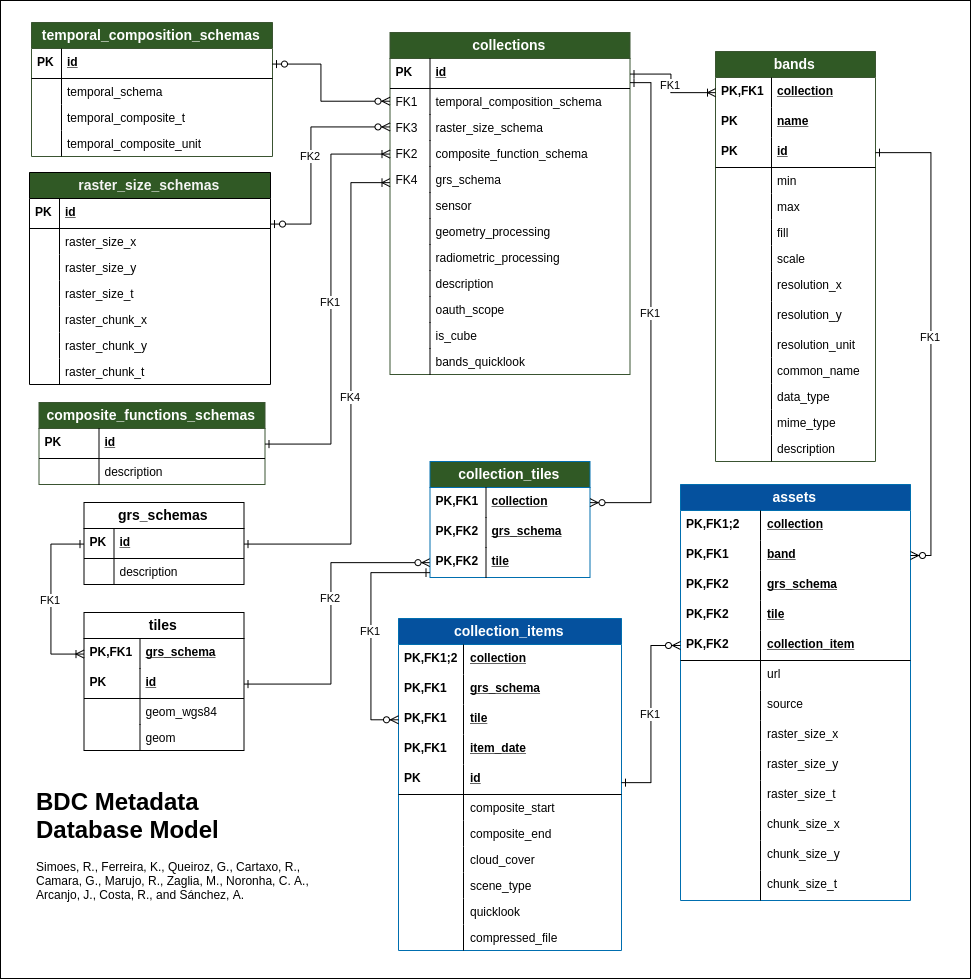
brazil-data-cube/bdc-catalog keeps this draw.io diagram as doc/model/model_v0.1.0.png. Above is the earlier version. Source tidied: cells renumbered, new cells last; positions are measured from the earlier drawing's top-left corner, leaving out a move shared by most shapes.
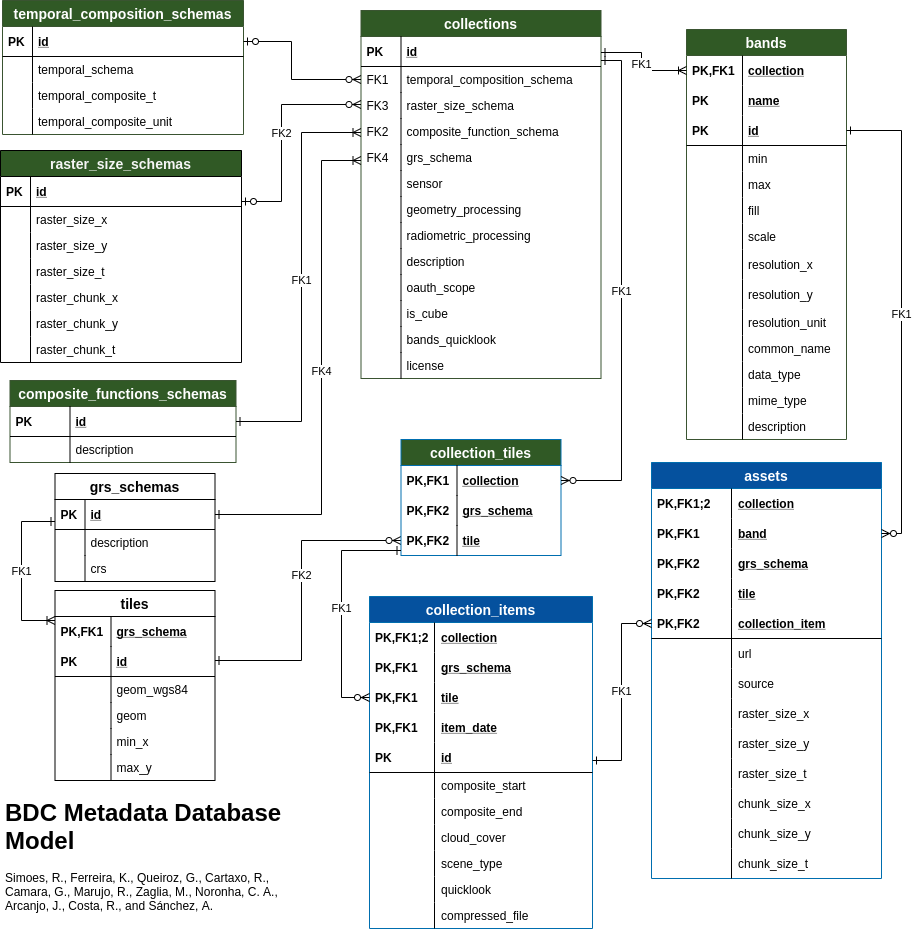
The same diagram one commit later.

Commit message:
update model schema - docs

Change to the diagram source:
```diff
@@ -2,11 +2,8 @@
   <root>
     <mxCell id="0" />
     <mxCell id="1" parent="0" />
-    <mxCell id="2" style="rounded=0;whiteSpace=wrap;html=1;" parent="1" vertex="1">
-      <mxGeometry width="970" height="978" as="geometry" />
-    </mxCell>
     <mxCell id="3" value="collections" style="swimlane;fontStyle=1;horizontal=1;startSize=26;swimlaneFillColor=#ffffff;align=center;fontSize=14;fillColor=#305925;strokeColor=#3A5431;fontColor=#ffffff;" parent="1" vertex="1">
-      <mxGeometry x="389.5" y="32" width="240" height="342" as="geometry" />
+      <mxGeometry x="389.5" y="32" width="240" height="368" as="geometry" />
     </mxCell>
     <mxCell id="4" value="id" style="shape=partialRectangle;top=0;left=0;right=0;bottom=1;align=left;verticalAlign=middle;fillColor=none;spacingLeft=44;spacingRight=4;overflow=hidden;points=[[0,0.5],[1,0.5]];portConstraint=eastwest;fontStyle=5;fontSize=12;" parent="3" vertex="1">
       <mxGeometry y="26" width="240" height="30" as="geometry" />
@@ -80,6 +77,12 @@
     <mxCell id="27" style="shape=partialRectangle;top=0;left=0;bottom=0;fillColor=none;align=left;verticalAlign=top;spacingLeft=4;spacingRight=4;overflow=hidden;fontSize=12;" parent="26" vertex="1">
       <mxGeometry width="40" height="26" as="geometry" />
     </mxCell>
+    <mxCell id="169" value="license" style="shape=partialRectangle;top=0;left=0;right=0;bottom=0;align=left;verticalAlign=top;fillColor=none;spacingLeft=44;spacingRight=4;overflow=hidden;fontSize=12;" parent="3" vertex="1">
+      <mxGeometry y="342" width="240" height="26" as="geometry" />
+    </mxCell>
+    <mxCell id="170" style="shape=partialRectangle;top=0;left=0;bottom=0;fillColor=none;align=left;verticalAlign=top;spacingLeft=4;spacingRight=4;overflow=hidden;fontSize=12;" parent="169" vertex="1">
+      <mxGeometry width="40" height="26" as="geometry" />
+    </mxCell>
     <mxCell id="28" value="bands" style="swimlane;fontStyle=1;horizontal=1;startSize=26;swimlaneFillColor=#ffffff;align=center;fontSize=14;swimlaneLine=1;fillColor=#305925;strokeColor=#3A5431;fontColor=#ffffff;" parent="1" vertex="1">
       <mxGeometry x="715" y="51" width="160" height="410" as="geometry" />
     </mxCell>
@@ -176,7 +179,7 @@
       </mxGeometry>
     </mxCell>
     <mxCell id="58" value="tiles" style="swimlane;fontStyle=1;horizontal=1;startSize=26;swimlaneFillColor=#ffffff;align=center;fontSize=14;" parent="1" vertex="1">
-      <mxGeometry x="83.5" y="612" width="160" height="138" as="geometry" />
+      <mxGeometry x="83.5" y="612" width="160" height="190" as="geometry" />
     </mxCell>
     <mxCell id="59" value="grs_schema" style="shape=partialRectangle;top=0;left=0;right=0;bottom=0;align=left;verticalAlign=middle;fillColor=none;spacingLeft=60;spacingRight=4;overflow=hidden;points=[[0,0.5],[1,0.5]];portConstraint=eastwest;fontStyle=5;fontSize=12;" parent="58" vertex="1">
       <mxGeometry y="26" width="160" height="30" as="geometry" />
@@ -202,6 +205,18 @@
     <mxCell id="66" style="shape=partialRectangle;top=0;left=0;bottom=0;fillColor=none;align=left;verticalAlign=top;spacingLeft=4;spacingRight=4;overflow=hidden;fontSize=12;" parent="65" vertex="1">
       <mxGeometry width="56" height="26" as="geometry" />
     </mxCell>
+    <mxCell id="171" value="min_x" style="shape=partialRectangle;top=0;left=0;right=0;bottom=0;align=left;verticalAlign=top;fillColor=none;spacingLeft=60;spacingRight=4;overflow=hidden;fontSize=12;" parent="58" vertex="1">
+      <mxGeometry y="138" width="160" height="26" as="geometry" />
+    </mxCell>
+    <mxCell id="172" style="shape=partialRectangle;top=0;left=0;bottom=0;fillColor=none;align=left;verticalAlign=top;spacingLeft=4;spacingRight=4;overflow=hidden;fontSize=12;" parent="171" vertex="1">
+      <mxGeometry width="56" height="26" as="geometry" />
+    </mxCell>
+    <mxCell id="173" value="max_y" style="shape=partialRectangle;top=0;left=0;right=0;bottom=0;align=left;verticalAlign=top;fillColor=none;spacingLeft=60;spacingRight=4;overflow=hidden;fontSize=12;" parent="58" vertex="1">
+      <mxGeometry y="164" width="160" height="26" as="geometry" />
+    </mxCell>
+    <mxCell id="174" style="shape=partialRectangle;top=0;left=0;bottom=0;fillColor=none;align=left;verticalAlign=top;spacingLeft=4;spacingRight=4;overflow=hidden;fontSize=12;" parent="173" vertex="1">
+      <mxGeometry width="56" height="26" as="geometry" />
+    </mxCell>
     <mxCell id="67" value="assets" style="swimlane;fontStyle=1;horizontal=1;startSize=26;fillColor=#05519E;swimlaneFillColor=#ffffff;align=center;fontSize=14;strokeColor=#006EAF;fontColor=#ffffff;" parent="1" vertex="1">
       <mxGeometry x="680" y="484" width="230" height="416" as="geometry" />
     </mxCell>
@@ -413,7 +428,7 @@
     <mxCell id="133" value="FK2" style="edgeStyle=orthogonalEdgeStyle;rounded=0;jettySize=auto;html=1;startArrow=ERone;startFill=0;endArrow=ERzeroToMany;endFill=1;" parent="1" edge="1" source="61" target="147">
       <mxGeometry x="0.13" relative="1" as="geometry">
         <Array as="points">
-          <mxPoint x="330" y="683" />
+          <mxPoint x="330" y="682" />
           <mxPoint x="330" y="562" />
         </Array>
         <mxPoint y="1" as="offset" />
@@ -428,7 +443,7 @@
       </mxGeometry>
     </mxCell>
     <mxCell id="135" value="grs_schemas" style="swimlane;fontStyle=1;horizontal=1;startSize=26;swimlaneFillColor=#ffffff;align=center;fontSize=14;" parent="1" vertex="1">
-      <mxGeometry x="83.5" y="502" width="160" height="82" as="geometry" />
+      <mxGeometry x="83.5" y="495" width="160" height="108" as="geometry" />
     </mxCell>
     <mxCell id="136" value="id" style="shape=partialRectangle;top=0;left=0;right=0;bottom=1;align=left;verticalAlign=middle;fillColor=none;spacingLeft=34;spacingRight=4;overflow=hidden;points=[[0,0.5],[1,0.5]];portConstraint=eastwest;fontStyle=5;fontSize=12;" parent="135" vertex="1">
       <mxGeometry y="26" width="160" height="30" as="geometry" />
@@ -442,10 +457,16 @@
     <mxCell id="139" style="shape=partialRectangle;top=0;left=0;bottom=0;fillColor=none;align=left;verticalAlign=top;spacingLeft=4;spacingRight=4;overflow=hidden;fontSize=12;" parent="138" vertex="1">
       <mxGeometry width="30" height="26" as="geometry" />
     </mxCell>
+    <mxCell id="175" value="crs" style="shape=partialRectangle;top=0;left=0;right=0;bottom=0;align=left;verticalAlign=top;fillColor=none;spacingLeft=34;spacingRight=4;overflow=hidden;fontSize=12;" parent="135" vertex="1">
+      <mxGeometry y="82" width="160" height="26" as="geometry" />
+    </mxCell>
+    <mxCell id="176" style="shape=partialRectangle;top=0;left=0;bottom=0;fillColor=none;align=left;verticalAlign=top;spacingLeft=4;spacingRight=4;overflow=hidden;fontSize=12;" parent="175" vertex="1">
+      <mxGeometry width="30" height="26" as="geometry" />
+    </mxCell>
     <mxCell id="140" value="FK4" style="edgeStyle=orthogonalEdgeStyle;rounded=0;jettySize=auto;html=1;startArrow=ERone;startFill=0;endArrow=ERoneToMany;endFill=0;" parent="1" edge="1" source="136" target="12">
       <mxGeometry relative="1" as="geometry">
         <Array as="points">
-          <mxPoint x="350" y="543" />
+          <mxPoint x="350" y="536" />
           <mxPoint x="350" y="182" />
         </Array>
       </mxGeometry>
@@ -454,7 +475,7 @@
       <mxGeometry relative="1" as="geometry">
         <Array as="points">
           <mxPoint x="50" y="543" />
-          <mxPoint x="50" y="654" />
+          <mxPoint x="50" y="642" />
         </Array>
       </mxGeometry>
     </mxCell>
@@ -496,7 +517,7 @@
       </mxGeometry>
     </mxCell>
     <mxCell id="151" value="&lt;h1&gt;BDC Metadata Database Model&lt;/h1&gt;&lt;p&gt;Simoes, R., Ferreira, K., Queiroz, G., Cartaxo, R., Camara, G., Marujo, R., Zaglia, M., Noronha, C. A., Arcanjo, J., Costa, R., and Sánchez, A.&lt;/p&gt;" style="text;html=1;strokeColor=none;fillColor=none;spacing=5;spacingTop=-20;whiteSpace=wrap;overflow=hidden;rounded=0;" parent="1" vertex="1">
-      <mxGeometry x="31" y="782" width="286" height="135" as="geometry" />
+      <mxGeometry x="29" y="815" width="286" height="135" as="geometry" />
     </mxCell>
     <mxCell id="152" value="raster_size_schemas" style="swimlane;fontStyle=1;horizontal=1;startSize=26;swimlaneFillColor=#ffffff;align=center;fontSize=14;fillColor=#305925;strokeColor=#000000;fontColor=#F5F5F5;" parent="1" vertex="1">
       <mxGeometry x="29" y="172" width="241" height="212" as="geometry" />
```
